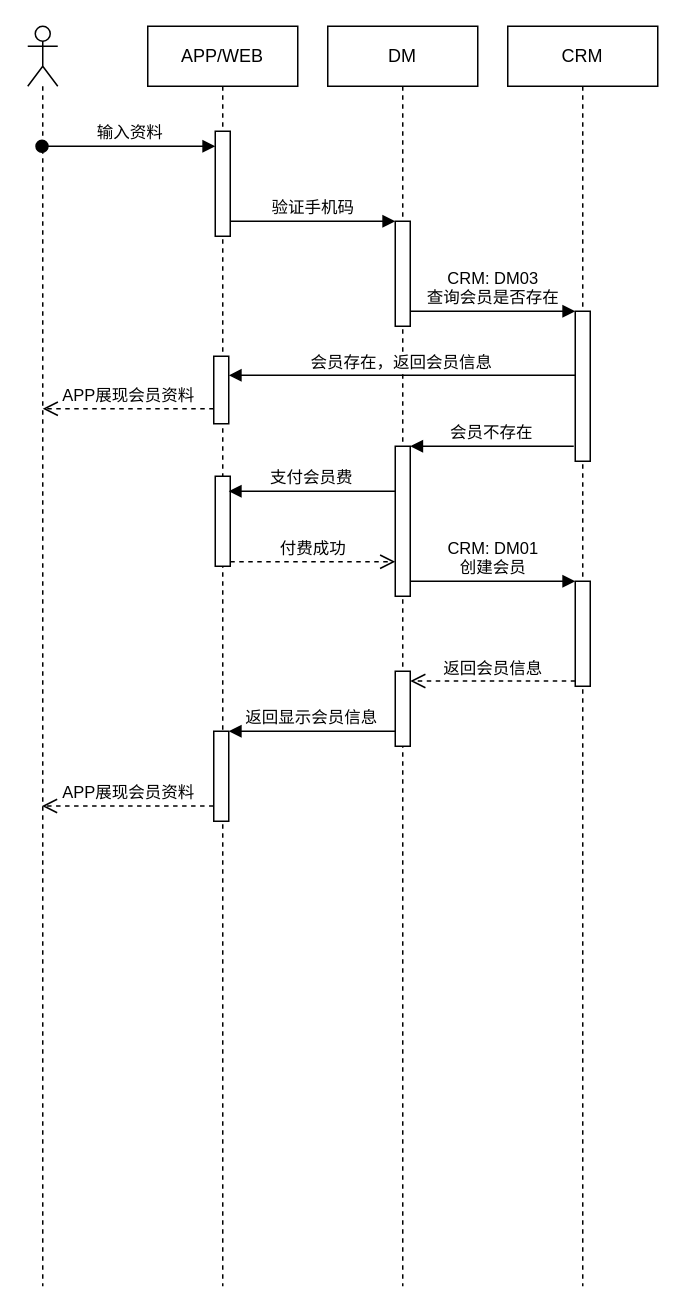
Earlier version of the draw.io diagram page "会员注册(DM发起)2" (2 of 14) of DM系统对接.drawio (luss613/draw.io). Source tidied: cells renumbered, new cells numbered last; positions are measured from the earlier drawing's top-left corner, leaving out a move shared by most shapes. Both pictures are drawn from the tidied source at 150%, with x=0, y=0 at pixel (27, 26).
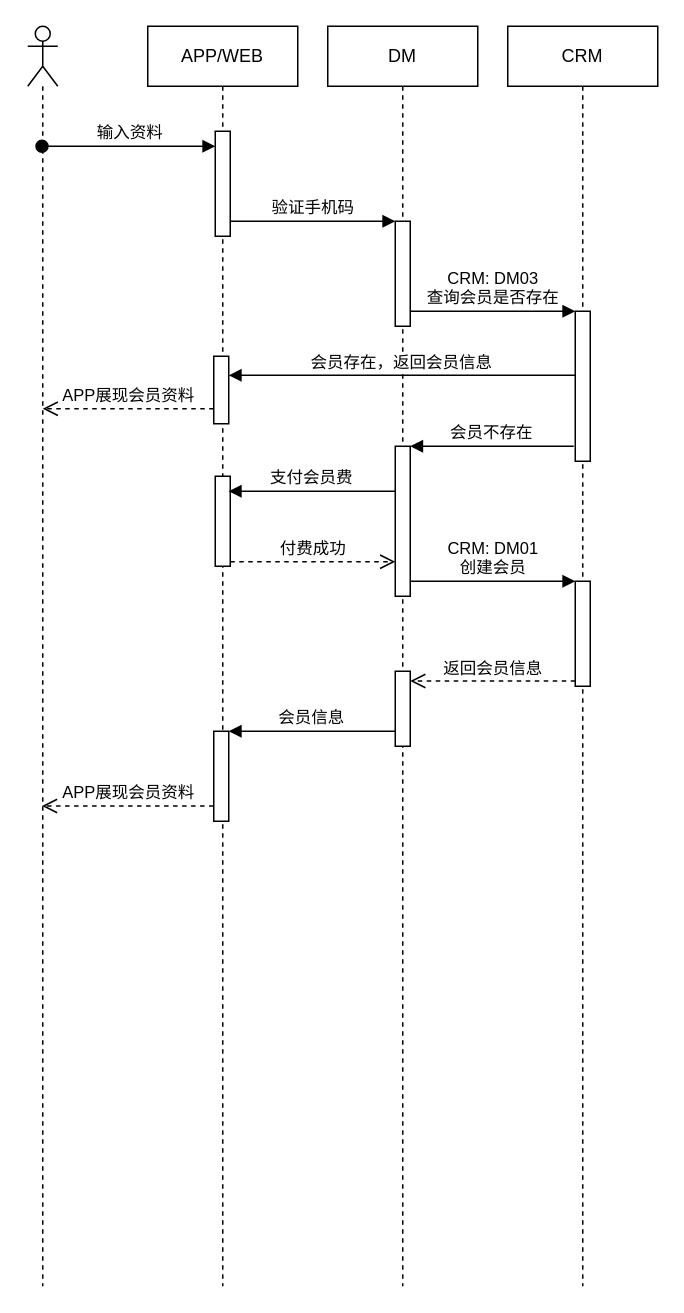
Above is the later version.

The change refers to these unchanged cells:
```xml
<mxCell id="5" style="html=1;points=[];perimeter=orthogonalPerimeter;" parent="3" vertex="1">
  <mxGeometry x="44" y="470" width="10" height="60" as="geometry" />
</mxCell>
<mxCell id="9" style="html=1;points=[];perimeter=orthogonalPerimeter;" parent="7" vertex="1">
  <mxGeometry x="45" y="430" width="10" height="50" as="geometry" />
</mxCell>
```

Diff of the diagram source:
```diff
@@
-    <mxCell id="22" value="返回显示会员信息" style="html=1;verticalAlign=bottom;endArrow=block;entryX=1;entryY=0;" parent="1" edge="1" source="9" target="5">
+    <mxCell id="22" value="会员信息" style="html=1;verticalAlign=bottom;endArrow=block;entryX=1;entryY=0;" parent="1" edge="1" source="9" target="5">
       <mxGeometry relative="1" as="geometry" />
     </mxCell>
```
